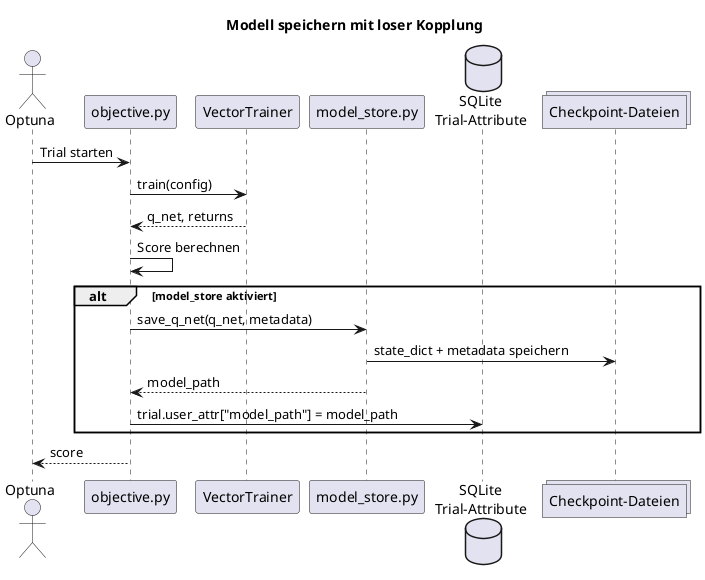
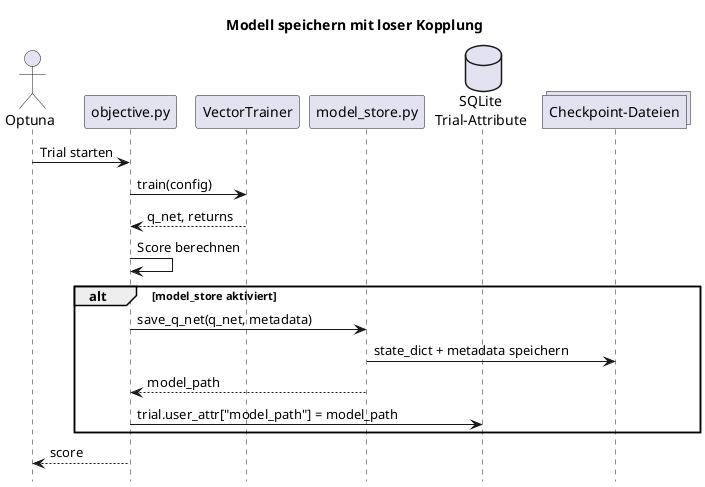
@startuml
title Modell speichern mit loser Kopplung
+ 
+ hide footbox

actor Optuna
participant "objective.py" as Objective
participant "VectorTrainer" as Trainer
participant "model_store.py" as Store
database "SQLite\nTrial-Attribute" as DB
collections "Checkpoint-Dateien" as Files

Optuna -> Objective: Trial starten
Objective -> Trainer: train(config)
Trainer --> Objective: q_net, returns
Objective -> Objective: Score berechnen

alt model_store aktiviert
    Objective -> Store: save_q_net(q_net, metadata)
    Store -> Files: state_dict + metadata speichern
    Store --> Objective: model_path
    Objective -> DB: trial.user_attr["model_path"] = model_path
end

Objective --> Optuna: score

@enduml
